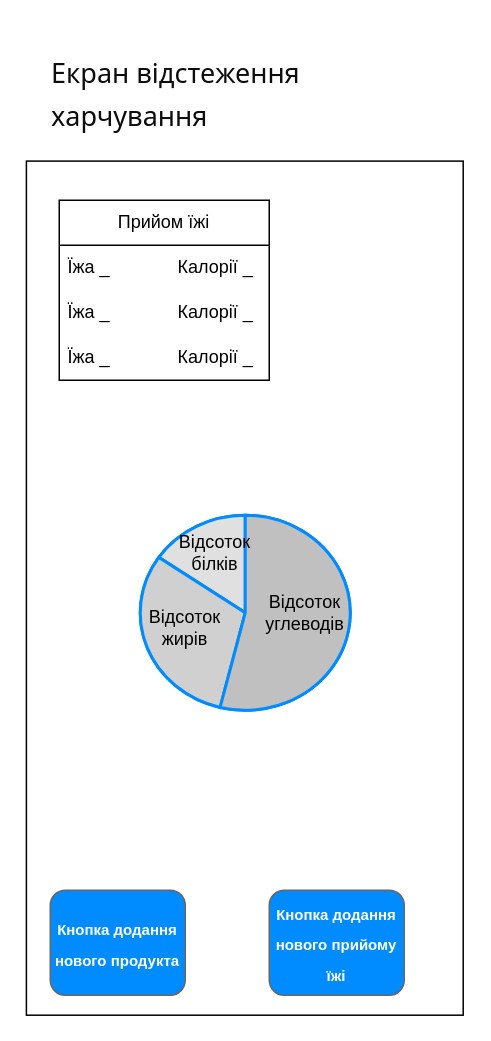
Above: page "Страница — 4" (4 of 7) of Диаграмма без названия.drawio in Gorodny/Animation (draw.io), before the change. Source tidied: cells renumbered, new cells numbered last; positions are measured from the earlier drawing's top-left corner, leaving out a move shared by most shapes. Both pictures are drawn from the tidied source at 150%, with x=0, y=0 at pixel (-183, 64).
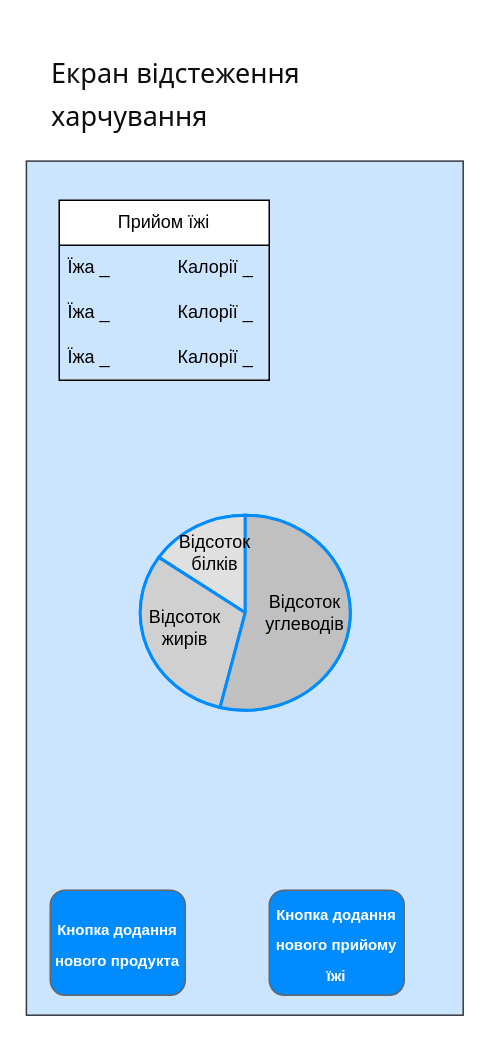
The same diagram, later.

The edit, as a diff of the source:
```diff
@@
 <mxGraphModel>
   <root>
     <mxCell id="0" />
     <mxCell id="1" parent="0" />
-    <mxCell id="2" style="rounded=0;whiteSpace=wrap;html=1;rotation=90;" parent="1" vertex="1">
+    <mxCell id="2" style="rounded=0;whiteSpace=wrap;html=1;rotation=90;fillColor=#cce5ff;strokeColor=#36393d;" parent="1" vertex="1">
       <mxGeometry y="203" width="569.4" height="291.2" as="geometry" />
     </mxCell>
     <mxCell id="3" value="&lt;h3 style=&quot;border: 0px solid rgb(227, 227, 227); box-sizing: border-box; --tw-border-spacing-x: 0; --tw-border-spacing-y: 0; --tw-translate-x: 0; --tw-translate-y: 0; --tw-rotate: 0; --tw-skew-x: 0; --tw-skew-y: 0; --tw-scale-x: 1; --tw-scale-y: 1; --tw-pan-x: ; --tw-pan-y: ; --tw-pinch-zoom: ; --tw-scroll-snap-strictness: proximity; --tw-gradient-from-position: ; --tw-gradient-via-position: ; --tw-gradient-to-position: ; --tw-ordinal: ; --tw-slashed-zero: ; --tw-numeric-figure: ; --tw-numeric-spacing: ; --tw-numeric-fraction: ; --tw-ring-inset: ; --tw-ring-offset-width: 0px; --tw-ring-offset-color: #fff; --tw-ring-color: rgba(69,89,164,.5); --tw-ring-offset-shadow: 0 0 transparent; --tw-ring-shadow: 0 0 transparent; --tw-shadow: 0 0 transparent; --tw-shadow-colored: 0 0 transparent; --tw-blur: ; --tw-brightness: ; --tw-contrast: ; --tw-grayscale: ; --tw-hue-rotate: ; --tw-invert: ; --tw-saturate: ; --tw-sepia: ; --tw-drop-shadow: ; --tw-backdrop-blur: ; --tw-backdrop-brightness: ; --tw-backdrop-contrast: ; --tw-backdrop-grayscale: ; --tw-backdrop-hue-rotate: ; --tw-backdrop-invert: ; --tw-backdrop-opacity: ; --tw-backdrop-saturate: ; --tw-backdrop-sepia: ; --tw-contain-size: ; --tw-contain-layout: ; --tw-contain-paint: ; --tw-contain-style: ; margin: 1rem 0px 0.5rem; line-height: 1.6; color: rgb(13, 13, 13); font-family: Söhne, ui-sans-serif, system-ui, -apple-system, &amp;quot;Segoe UI&amp;quot;, Roboto, Ubuntu, Cantarell, &amp;quot;Noto Sans&amp;quot;, sans-serif, &amp;quot;Helvetica Neue&amp;quot;, Arial, &amp;quot;Apple Color Emoji&amp;quot;, &amp;quot;Segoe UI Emoji&amp;quot;, &amp;quot;Segoe UI Symbol&amp;quot;, &amp;quot;Noto Color Emoji&amp;quot;; text-align: start; white-space-collapse: preserve; background-color: rgb(255, 255, 255);&quot;&gt;&lt;span style=&quot;font-weight: normal;&quot;&gt;&lt;font style=&quot;font-size: 18px;&quot;&gt;Екран відстеження харчування&lt;/font&gt;&lt;/span&gt;&lt;/h3&gt;" style="text;html=1;align=center;verticalAlign=middle;whiteSpace=wrap;rounded=0;" parent="1" vertex="1">
       <mxGeometry x="155" width="260" height="30" as="geometry" />
     </mxCell>
     <mxCell id="4" value="Прийом їжі" style="swimlane;fontStyle=0;horizontal=1;startSize=30;whiteSpace=wrap;html=1;" parent="1" vertex="1">
       <mxGeometry x="161" y="90" width="140" height="120" as="geometry" />
     </mxCell>
     <mxCell id="5" value="Їжа _&amp;nbsp;&lt;span style=&quot;white-space: pre;&quot;&gt;&#9;&lt;/span&gt;&amp;nbsp; &amp;nbsp; &amp;nbsp; Калорії _&amp;nbsp;" style="text;strokeColor=none;fillColor=none;align=left;verticalAlign=middle;spacingLeft=4;spacingRight=4;overflow=hidden;whiteSpace=wrap;html=1;" parent="4" vertex="1">
       <mxGeometry y="30" width="140" height="30" as="geometry" />
     </mxCell>
     <mxCell id="6" value="Їжа _&amp;nbsp;&lt;span style=&quot;white-space: pre;&quot;&gt;&#9;&lt;/span&gt;&amp;nbsp; &amp;nbsp; &amp;nbsp;&amp;nbsp;Калорії _" style="text;strokeColor=none;fillColor=none;align=left;verticalAlign=middle;spacingLeft=4;spacingRight=4;overflow=hidden;whiteSpace=wrap;html=1;" parent="4" vertex="1">
       <mxGeometry y="60" width="140" height="30" as="geometry" />
     </mxCell>
     <mxCell id="7" value="Їжа _&amp;nbsp;&lt;span style=&quot;white-space: pre;&quot;&gt;&#9;&lt;/span&gt;&amp;nbsp; &amp;nbsp; &amp;nbsp;&amp;nbsp;Калорії _" style="text;strokeColor=none;fillColor=none;align=left;verticalAlign=middle;spacingLeft=4;spacingRight=4;overflow=hidden;whiteSpace=wrap;html=1;" parent="4" vertex="1">
       <mxGeometry y="90" width="140" height="30" as="geometry" />
     </mxCell>
     <mxCell id="8" value="&lt;font style=&quot;font-size: 10px;&quot;&gt;Кнопка додання нового продукта&lt;/font&gt;" style="strokeWidth=1;shadow=0;dashed=0;align=center;html=1;shape=mxgraph.mockup.buttons.button;strokeColor=#666666;fontColor=#ffffff;mainText=;buttonStyle=round;fontSize=17;fontStyle=1;fillColor=#008cff;whiteSpace=wrap;" parent="1" vertex="1">
       <mxGeometry x="155" y="550" width="90" height="70" as="geometry" />
     </mxCell>
     <mxCell id="9" value="&lt;font style=&quot;font-size: 10px;&quot;&gt;Кнопка додання нового прийому їжі&lt;/font&gt;" style="strokeWidth=1;shadow=0;dashed=0;align=center;html=1;shape=mxgraph.mockup.buttons.button;strokeColor=#666666;fontColor=#ffffff;mainText=;buttonStyle=round;fontSize=17;fontStyle=1;fillColor=#008cff;whiteSpace=wrap;" parent="1" vertex="1">
       <mxGeometry x="301" y="550" width="90" height="70" as="geometry" />
     </mxCell>
     <mxCell id="10" style="verticalLabelPosition=bottom;shadow=0;dashed=0;align=center;html=1;verticalAlign=top;strokeWidth=1;shape=mxgraph.mockup.graphics.pieChart;strokeColor=#008cff;parts=10,20,35;partColors=#e0e0e0,#d0d0d0,#c0c0c0,#b0b0b0,#a0a0a0;strokeWidth=2;" parent="1" vertex="1">
       <mxGeometry x="215" y="300" width="140" height="130" as="geometry" />
     </mxCell>
     <mxCell id="11" value="Відсоток білків" style="text;html=1;align=center;verticalAlign=middle;whiteSpace=wrap;rounded=0;" parent="1" vertex="1">
       <mxGeometry x="235" y="310" width="60" height="30" as="geometry" />
     </mxCell>
     <mxCell id="12" value="Відсоток жирів" style="text;html=1;align=center;verticalAlign=middle;whiteSpace=wrap;rounded=0;" parent="1" vertex="1">
       <mxGeometry x="215" y="360" width="60" height="30" as="geometry" />
     </mxCell>
     <mxCell id="13" value="Відсоток углеводів" style="text;html=1;align=center;verticalAlign=middle;whiteSpace=wrap;rounded=0;" parent="1" vertex="1">
       <mxGeometry x="295" y="350" width="60" height="30" as="geometry" />
     </mxCell>
   </root>
 </mxGraphModel>
```
